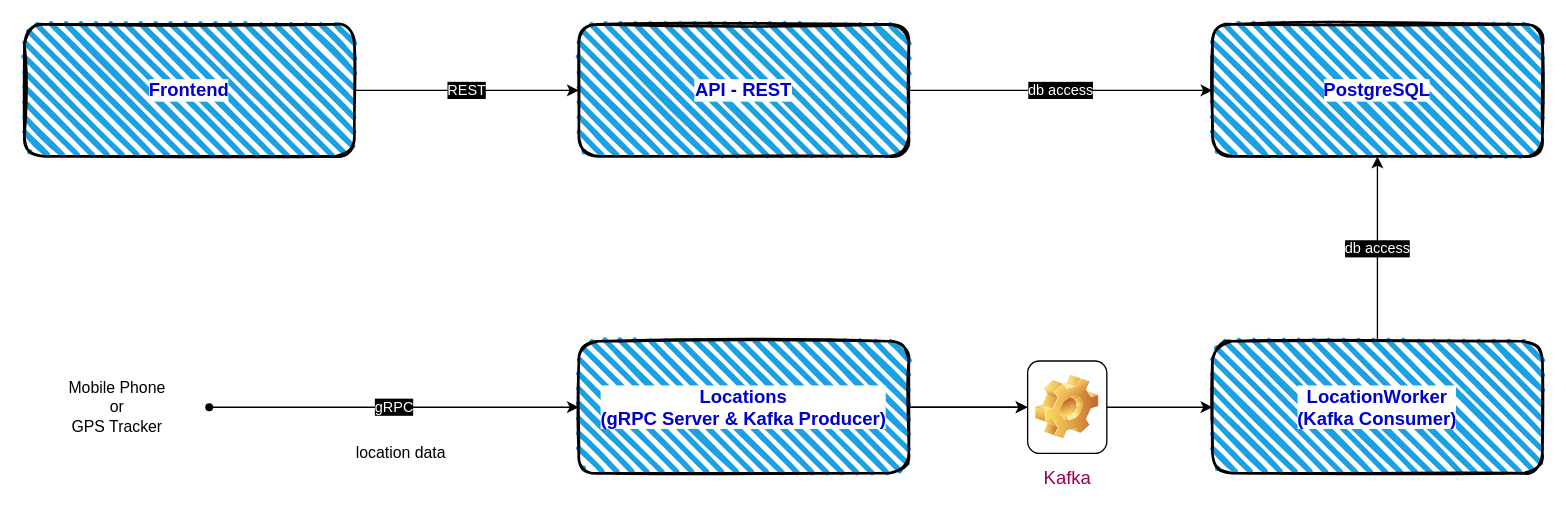
jeikens/nd064-c2 keeps this draw.io diagram as docs/architecture_design.drawio. Above is the earlier version. Source tidied: cells renumbered, new cells numbered last; positions are measured from the earlier drawing's top-left corner, leaving out a move shared by most shapes. Both pictures are drawn from the tidied source at 132%, with x=0, y=0 at pixel (24, 24).
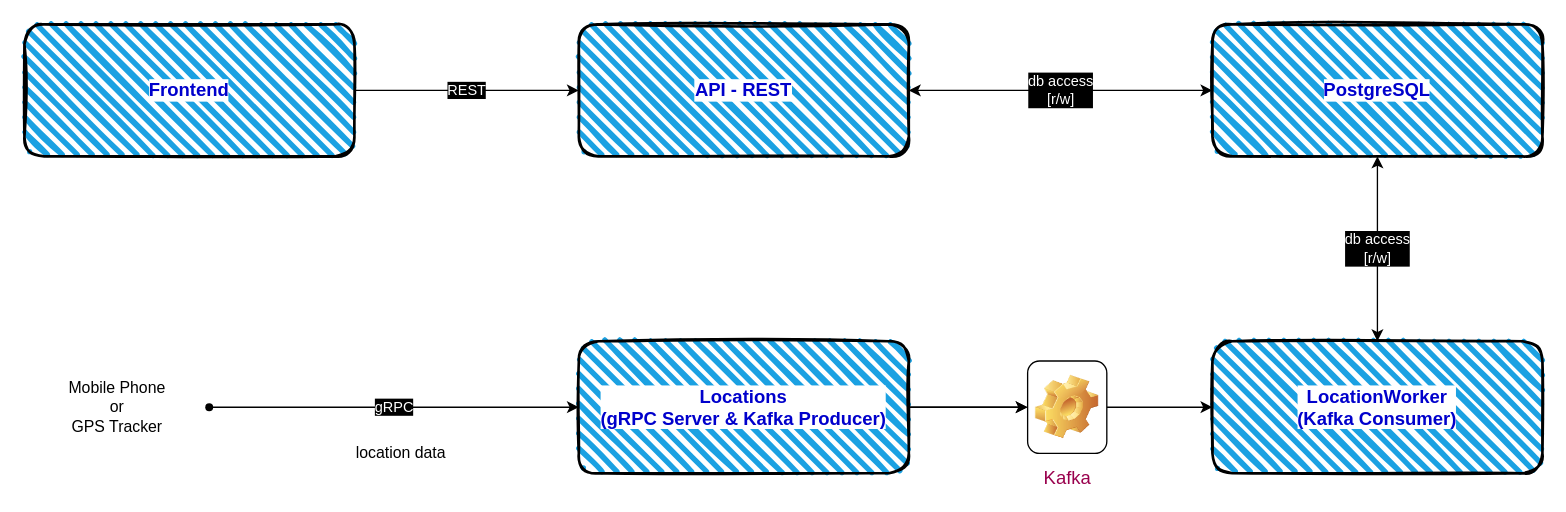
The same diagram, later.

Commit message (it also covers changes not shown here):
change db access in diagram

What changed in the source:
```diff
@@
 <mxGraphModel>
   <root>
     <mxCell id="0" />
     <mxCell id="1" parent="0" />
     <mxCell id="2" value="PostgreSQL" style="rounded=1;whiteSpace=wrap;html=1;strokeWidth=2;fillWeight=4;hachureGap=8;hachureAngle=45;fillColor=#1ba1e2;sketch=1;fontSize=14;fontColor=#0000CC;verticalAlign=middle;align=center;fontStyle=1;labelBackgroundColor=#FFFFFF;" parent="1" vertex="1">
       <mxGeometry x="900" width="250" height="100" as="geometry" />
     </mxCell>
-    <mxCell id="3" value="db access" style="edgeStyle=orthogonalEdgeStyle;rounded=0;jettySize=auto;html=1;exitX=1;exitY=0.5;exitDx=0;exitDy=0;labelBackgroundColor=#000000;fontColor=#FFFFFF;" parent="1" edge="1" source="4" target="2">
+    <mxCell id="3" value="db access&lt;br&gt;[r/w]" style="edgeStyle=orthogonalEdgeStyle;rounded=0;jettySize=auto;html=1;exitX=1;exitY=0.5;exitDx=0;exitDy=0;labelBackgroundColor=#000000;fontColor=#FFFFFF;startArrow=classic;startFill=1;" parent="1" edge="1" source="4" target="2">
       <mxGeometry relative="1" as="geometry" />
     </mxCell>
     <mxCell id="4" value="API - REST" style="rounded=1;whiteSpace=wrap;html=1;strokeWidth=2;fillWeight=4;hachureGap=8;hachureAngle=45;fillColor=#1ba1e2;sketch=1;fontSize=14;fontColor=#0000CC;verticalAlign=middle;align=center;fontStyle=1;labelBackgroundColor=#FFFFFF;" parent="1" vertex="1">
       <mxGeometry x="420" width="250" height="100" as="geometry" />
     </mxCell>
     <mxCell id="5" style="edgeStyle=orthogonalEdgeStyle;rounded=0;jettySize=auto;html=1;" parent="1" edge="1" source="7" target="13">
       <mxGeometry relative="1" as="geometry" />
     </mxCell>
     <mxCell id="6" style="edgeStyle=orthogonalEdgeStyle;rounded=0;jettySize=auto;html=1;" parent="1" edge="1" source="7" target="13">
       <mxGeometry relative="1" as="geometry" />
     </mxCell>
     <mxCell id="7" value="&lt;span style=&quot;font-size: 14px;&quot;&gt;&lt;span style=&quot;font-size: 14px;&quot;&gt;Locations&lt;br&gt;(gRPC Server &amp;amp; Kafka Producer)&lt;br style=&quot;font-size: 14px;&quot;&gt;&lt;/span&gt;&lt;/span&gt;" style="rounded=1;whiteSpace=wrap;html=1;strokeWidth=2;fillWeight=4;hachureGap=8;hachureAngle=45;fillColor=#1ba1e2;sketch=1;fontSize=14;fontColor=#0000CC;align=center;verticalAlign=middle;fontStyle=1;labelBackgroundColor=#FFFFFF;" parent="1" vertex="1">
       <mxGeometry x="420" y="240" width="250" height="100" as="geometry" />
     </mxCell>
     <mxCell id="8" value="Frontend" style="rounded=1;whiteSpace=wrap;html=1;strokeWidth=2;fillWeight=4;hachureGap=8;hachureAngle=45;fillColor=#1ba1e2;sketch=1;fontSize=14;verticalAlign=middle;align=center;fontStyle=1;fontColor=#0000CC;labelBackgroundColor=#FFFFFF;" parent="1" vertex="1">
       <mxGeometry width="250" height="100" as="geometry" />
     </mxCell>
     <mxCell id="9" value="REST" style="edgeStyle=orthogonalEdgeStyle;rounded=0;jettySize=auto;html=1;fontColor=#FFFFFF;labelBackgroundColor=#000000;entryX=0;entryY=0.5;entryDx=0;entryDy=0;exitX=1;exitY=0.5;exitDx=0;exitDy=0;" parent="1" edge="1" source="8" target="4">
       <mxGeometry relative="1" as="geometry" />
     </mxCell>
     <mxCell id="10" value="gRPC" style="edgeStyle=orthogonalEdgeStyle;rounded=0;jettySize=auto;html=1;fontColor=#FFFFFF;startArrow=none;startFill=0;labelBackgroundColor=#000000;entryX=0;entryY=0.5;entryDx=0;entryDy=0;exitDx=0;exitDy=0;" parent="1" edge="1" source="15" target="7">
       <mxGeometry relative="1" as="geometry" />
     </mxCell>
-    <mxCell id="11" value="db access" style="edgeStyle=orthogonalEdgeStyle;rounded=0;jettySize=auto;html=1;exitX=0.5;exitY=0;exitDx=0;exitDy=0;entryX=0.5;entryY=1;entryDx=0;entryDy=0;fontSize=11;fontColor=#FFFFFF;labelBackgroundColor=#000000;" parent="1" edge="1" source="14" target="2">
+    <mxCell id="11" value="db access&lt;br&gt;[r/w]" style="edgeStyle=orthogonalEdgeStyle;rounded=0;jettySize=auto;html=1;exitX=0.5;exitY=0;exitDx=0;exitDy=0;entryX=0.5;entryY=1;entryDx=0;entryDy=0;fontSize=11;fontColor=#FFFFFF;labelBackgroundColor=#000000;startArrow=classic;startFill=1;" parent="1" edge="1" source="14" target="2">
       <mxGeometry relative="1" as="geometry" />
     </mxCell>
     <mxCell id="12" style="edgeStyle=orthogonalEdgeStyle;rounded=0;jettySize=auto;html=1;labelBackgroundColor=#000000;fontSize=11;fontColor=#FFFFFF;" parent="1" edge="1" source="13" target="14">
       <mxGeometry relative="1" as="geometry" />
     </mxCell>
     <mxCell id="13" value="Kafka" style="icon;html=1;image=img/clipart/Gear_128x128.png;fontSize=14;fontColor=#99004D;" parent="1" vertex="1">
       <mxGeometry x="760" y="255" width="60" height="70" as="geometry" />
     </mxCell>
     <mxCell id="14" value="LocationWorker&lt;br&gt;(Kafka Consumer)" style="rounded=1;whiteSpace=wrap;html=1;strokeWidth=2;fillWeight=4;hachureGap=8;hachureAngle=45;fillColor=#1ba1e2;sketch=1;fontSize=14;fontColor=#0000CC;fontStyle=1;verticalAlign=middle;align=center;labelBackgroundColor=#FFFFFF;" parent="1" vertex="1">
       <mxGeometry x="900" y="240" width="250" height="100" as="geometry" />
     </mxCell>
     <mxCell id="15" style="shape=waypoint;sketch=0;size=6;points=[];fillColor=none;perimeter=centerPerimeter;snapToPoint=1;fontColor=#FFFFFF;" parent="1" vertex="1">
       <mxGeometry x="120" y="270" width="40" height="40" as="geometry" />
     </mxCell>
     <mxCell id="16" value="Mobile Phone&lt;br&gt;or&lt;br&gt;GPS Tracker" style="text;html=1;align=center;verticalAlign=middle;strokeColor=none;fillColor=none;fontColor=#000000;" parent="1" vertex="1">
       <mxGeometry x="20" y="260" width="100" height="60" as="geometry" />
     </mxCell>
     <mxCell id="17" value="location data" style="text;html=1;align=center;verticalAlign=middle;strokeColor=none;fillColor=none;fontColor=#000000;" parent="1" vertex="1">
       <mxGeometry x="240" y="310" width="90" height="30" as="geometry" />
     </mxCell>
   </root>
 </mxGraphModel>
```
